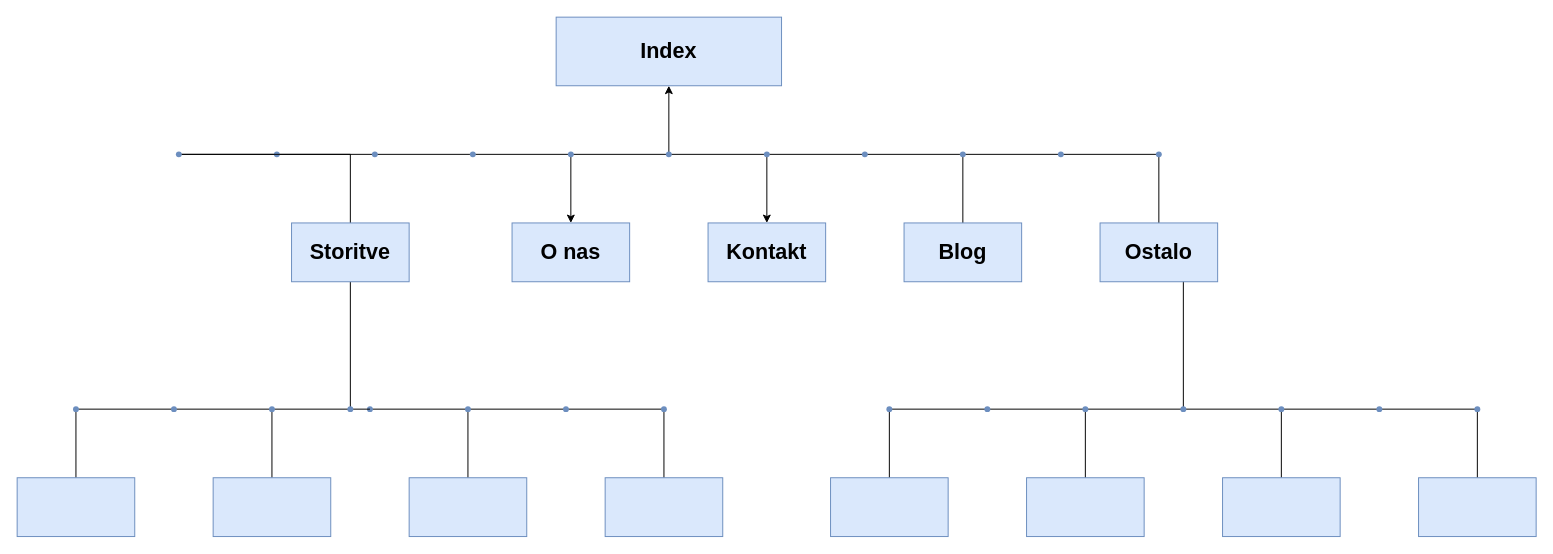
Earlier version of the draw.io diagram Untitled Diagram.drawio (Cyborne0/Web-Haven). Source tidied: cells renumbered, new cells numbered last; positions are measured from the earlier drawing's top-left corner, leaving out a move shared by most shapes. Both pictures are drawn from the tidied source at 98%, with x=0, y=0 at pixel (17, 17).
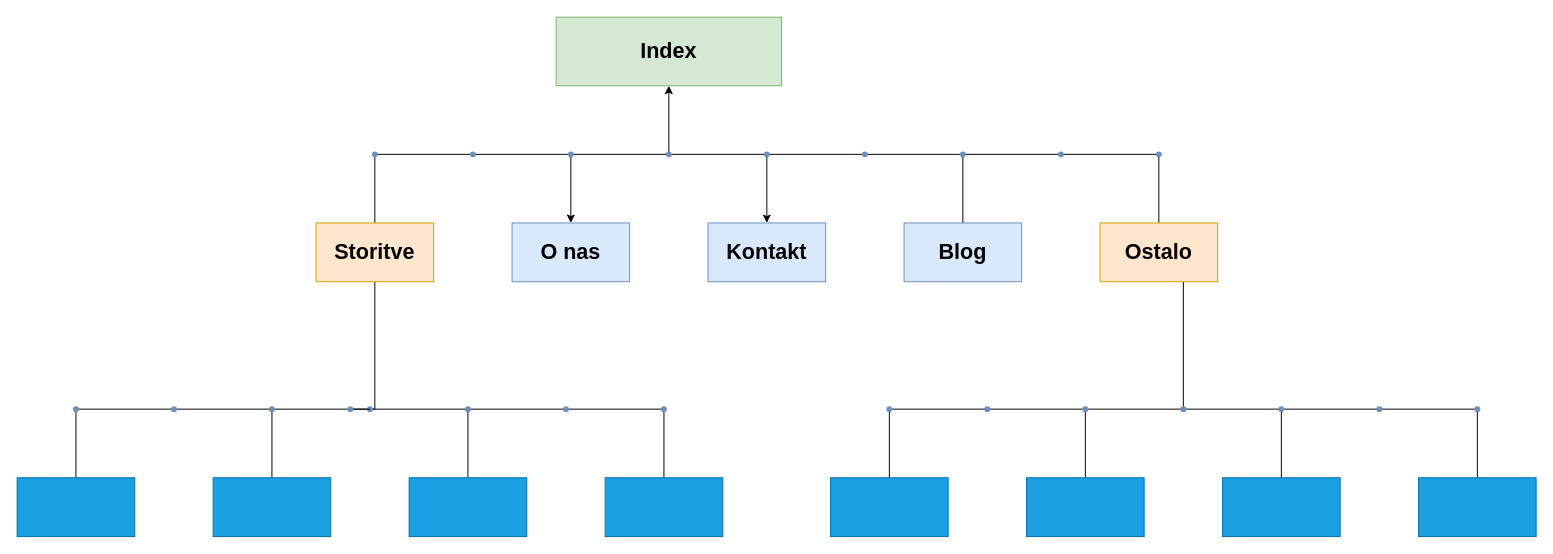
Above is the later version.

The change refers to these unchanged cells:
```xml
<mxCell id="24" style="shape=waypoint;sketch=0;size=6;points=[];fillColor=#dae8fc;perimeter=centerPerimeter;snapToPoint=1;fontSize=22;strokeColor=#6c8ebf;rounded=0;labelBackgroundColor=none;fontStyle=1;glass=0;shadow=0;" parent="1" vertex="1">
  <mxGeometry x="355" y="130" width="20" height="20" as="geometry" />
</mxCell>
<mxCell id="80" style="shape=waypoint;sketch=0;size=6;points=[];fillColor=#dae8fc;perimeter=centerPerimeter;snapToPoint=1;fontSize=22;strokeColor=#6c8ebf;rounded=0;labelBackgroundColor=none;fontStyle=1;glass=0;shadow=0;" parent="1" vertex="1">
  <mxGeometry x="330" y="390" width="20" height="20" as="geometry" />
</mxCell>
```

The edit, as a diff of the source:
```diff
@@
-    <mxCell id="3" value="Index" style="rounded=0;whiteSpace=wrap;html=1;fontSize=22;labelBackgroundColor=none;fillColor=#dae8fc;strokeColor=#6c8ebf;fontStyle=1;glass=0;shadow=0;" parent="1" vertex="1">
+    <mxCell id="3" value="Index" style="rounded=0;whiteSpace=wrap;html=1;fontSize=22;labelBackgroundColor=none;fillColor=#d5e8d4;strokeColor=#82b366;fontStyle=1;glass=0;shadow=0;" parent="1" vertex="1">
       <mxGeometry x="550" width="230" height="70" as="geometry" />
     </mxCell>
@@
-    <mxCell id="23" style="edgeStyle=orthogonalEdgeStyle;rounded=0;jettySize=auto;html=1;strokeColor=default;align=center;verticalAlign=middle;fontFamily=Helvetica;fontSize=11;fontColor=default;labelBackgroundColor=default;endArrow=none;endFill=0;" parent="1" edge="1" source="24" target="30">
-      <mxGeometry relative="1" as="geometry" />
-    </mxCell>
+    <mxCell id="81" style="edgeStyle=orthogonalEdgeStyle;rounded=0;jettySize=auto;html=1;strokeColor=default;align=center;verticalAlign=middle;fontFamily=Helvetica;fontSize=11;fontColor=default;labelBackgroundColor=default;endArrow=none;endFill=0;" parent="1" edge="1" source="24" target="34">
+      <mxGeometry relative="1" as="geometry" />
+    </mxCell>
@@
-    <mxCell id="29" style="edgeStyle=orthogonalEdgeStyle;rounded=0;jettySize=auto;html=1;strokeColor=default;align=center;verticalAlign=middle;fontFamily=Helvetica;fontSize=11;fontColor=default;labelBackgroundColor=default;endArrow=none;endFill=0;" parent="1" edge="1" source="30" target="32">
-      <mxGeometry relative="1" as="geometry" />
-    </mxCell>
-    <mxCell id="30" style="shape=waypoint;sketch=0;size=6;points=[];fillColor=#dae8fc;perimeter=centerPerimeter;snapToPoint=1;fontSize=22;strokeColor=#6c8ebf;rounded=0;labelBackgroundColor=none;fontStyle=1;glass=0;shadow=0;" parent="1" vertex="1">
-      <mxGeometry x="255" y="130" width="20" height="20" as="geometry" />
-    </mxCell>
-    <mxCell id="31" style="edgeStyle=orthogonalEdgeStyle;rounded=0;jettySize=auto;html=1;strokeColor=default;align=center;verticalAlign=middle;fontFamily=Helvetica;fontSize=11;fontColor=default;labelBackgroundColor=default;endArrow=none;endFill=0;" parent="1" edge="1" source="32" target="34">
-      <mxGeometry relative="1" as="geometry" />
-    </mxCell>
-    <mxCell id="32" style="shape=waypoint;sketch=0;size=6;points=[];fillColor=#dae8fc;perimeter=centerPerimeter;snapToPoint=1;fontSize=22;strokeColor=#6c8ebf;rounded=0;labelBackgroundColor=none;fontStyle=1;glass=0;shadow=0;" parent="1" vertex="1">
-      <mxGeometry x="155" y="130" width="20" height="20" as="geometry" />
-    </mxCell>
     <mxCell id="33" style="edgeStyle=orthogonalEdgeStyle;rounded=0;jettySize=auto;html=1;strokeColor=default;align=center;verticalAlign=middle;fontFamily=Helvetica;fontSize=11;fontColor=default;labelBackgroundColor=default;endArrow=none;endFill=0;" parent="1" edge="1" source="34" target="80">
-      <mxGeometry relative="1" as="geometry" />
+      <mxGeometry relative="1" as="geometry">
+        <Array as="points">
+          <mxPoint x="365" y="400" />
+        </Array>
+      </mxGeometry>
     </mxCell>
-    <mxCell id="34" value="Storitve" style="whiteSpace=wrap;html=1;fontSize=22;fillColor=#dae8fc;strokeColor=#6c8ebf;sketch=0;rounded=0;labelBackgroundColor=none;fontStyle=1;glass=0;shadow=0;" parent="1" vertex="1">
-      <mxGeometry x="280" y="210" width="120" height="60" as="geometry" />
+    <mxCell id="34" value="Storitve" style="whiteSpace=wrap;html=1;fontSize=22;fillColor=#ffe6cc;strokeColor=#d79b00;sketch=0;rounded=0;labelBackgroundColor=none;fontStyle=1;glass=0;shadow=0;" parent="1" vertex="1">
+      <mxGeometry x="305" y="210" width="120" height="60" as="geometry" />
     </mxCell>
@@
-    <mxCell id="36" value="Ostalo" style="whiteSpace=wrap;html=1;fontSize=22;fillColor=#dae8fc;strokeColor=#6c8ebf;sketch=0;rounded=0;labelBackgroundColor=none;fontStyle=1;glass=0;shadow=0;" parent="1" vertex="1">
+    <mxCell id="36" value="Ostalo" style="whiteSpace=wrap;html=1;fontSize=22;fillColor=#ffe6cc;strokeColor=#d79b00;sketch=0;rounded=0;labelBackgroundColor=none;fontStyle=1;glass=0;shadow=0;" parent="1" vertex="1">
       <mxGeometry x="1105" y="210" width="120" height="60" as="geometry" />
     </mxCell>
@@
-    <mxCell id="46" style="whiteSpace=wrap;html=1;fontSize=22;fillColor=#dae8fc;strokeColor=#6c8ebf;sketch=0;rounded=0;labelBackgroundColor=none;fontStyle=1;glass=0;shadow=0;" parent="1" vertex="1">
+    <mxCell id="46" style="whiteSpace=wrap;html=1;fontSize=22;fillColor=#1ba1e2;strokeColor=#006EAF;sketch=0;rounded=0;labelBackgroundColor=none;fontStyle=1;glass=0;shadow=0;fontColor=#ffffff;" parent="1" vertex="1">
       <mxGeometry x="400" y="470" width="120" height="60" as="geometry" />
     </mxCell>
-    <mxCell id="47" style="whiteSpace=wrap;html=1;fontSize=22;fillColor=#dae8fc;strokeColor=#6c8ebf;sketch=0;rounded=0;labelBackgroundColor=none;fontStyle=1;glass=0;shadow=0;" parent="1" vertex="1">
+    <mxCell id="47" style="whiteSpace=wrap;html=1;fontSize=22;fillColor=#1ba1e2;strokeColor=#006EAF;sketch=0;rounded=0;labelBackgroundColor=none;fontStyle=1;glass=0;shadow=0;fontColor=#ffffff;" parent="1" vertex="1">
       <mxGeometry x="200" y="470" width="120" height="60" as="geometry" />
     </mxCell>
@@
-    <mxCell id="54" style="whiteSpace=wrap;html=1;fontSize=22;fillColor=#dae8fc;strokeColor=#6c8ebf;sketch=0;rounded=0;labelBackgroundColor=none;fontStyle=1;glass=0;shadow=0;" parent="1" vertex="1">
+    <mxCell id="54" style="whiteSpace=wrap;html=1;fontSize=22;fillColor=#1ba1e2;strokeColor=#006EAF;sketch=0;rounded=0;labelBackgroundColor=none;fontStyle=1;glass=0;shadow=0;fontColor=#ffffff;" parent="1" vertex="1">
       <mxGeometry y="470" width="120" height="60" as="geometry" />
     </mxCell>
@@
-    <mxCell id="57" style="whiteSpace=wrap;html=1;fontSize=22;fillColor=#dae8fc;strokeColor=#6c8ebf;sketch=0;rounded=0;labelBackgroundColor=none;fontStyle=1;glass=0;shadow=0;" parent="1" vertex="1">
+    <mxCell id="57" style="whiteSpace=wrap;html=1;fontSize=22;fillColor=#1ba1e2;strokeColor=#006EAF;sketch=0;rounded=0;labelBackgroundColor=none;fontStyle=1;glass=0;shadow=0;fontColor=#ffffff;" parent="1" vertex="1">
       <mxGeometry x="600" y="470" width="120" height="60" as="geometry" />
     </mxCell>
@@
-    <mxCell id="64" style="whiteSpace=wrap;html=1;fontSize=22;fillColor=#dae8fc;strokeColor=#6c8ebf;sketch=0;rounded=0;labelBackgroundColor=none;fontStyle=1;glass=0;shadow=0;" parent="1" vertex="1">
+    <mxCell id="64" style="whiteSpace=wrap;html=1;fontSize=22;fillColor=#1ba1e2;strokeColor=#006EAF;sketch=0;rounded=0;labelBackgroundColor=none;fontStyle=1;glass=0;shadow=0;fontColor=#ffffff;" parent="1" vertex="1">
       <mxGeometry x="1030" y="470" width="120" height="60" as="geometry" />
     </mxCell>
@@
-    <mxCell id="68" style="whiteSpace=wrap;html=1;fontSize=22;fillColor=#dae8fc;strokeColor=#6c8ebf;sketch=0;rounded=0;labelBackgroundColor=none;fontStyle=1;glass=0;shadow=0;" parent="1" vertex="1">
+    <mxCell id="68" style="whiteSpace=wrap;html=1;fontSize=22;fillColor=#1ba1e2;strokeColor=#006EAF;sketch=0;rounded=0;labelBackgroundColor=none;fontStyle=1;glass=0;shadow=0;fontColor=#ffffff;" parent="1" vertex="1">
       <mxGeometry x="1230" y="470" width="120" height="60" as="geometry" />
     </mxCell>
@@
-    <mxCell id="73" style="whiteSpace=wrap;html=1;fontSize=22;fillColor=#dae8fc;strokeColor=#6c8ebf;sketch=0;rounded=0;labelBackgroundColor=none;fontStyle=1;glass=0;shadow=0;" parent="1" vertex="1">
+    <mxCell id="73" style="whiteSpace=wrap;html=1;fontSize=22;fillColor=#1ba1e2;strokeColor=#006EAF;sketch=0;rounded=0;labelBackgroundColor=none;fontStyle=1;glass=0;shadow=0;fontColor=#ffffff;" parent="1" vertex="1">
       <mxGeometry x="830" y="470" width="120" height="60" as="geometry" />
     </mxCell>
@@
-    <mxCell id="78" style="whiteSpace=wrap;html=1;fontSize=22;fillColor=#dae8fc;strokeColor=#6c8ebf;sketch=0;rounded=0;labelBackgroundColor=none;fontStyle=1;glass=0;shadow=0;" parent="1" vertex="1">
+    <mxCell id="78" style="whiteSpace=wrap;html=1;fontSize=22;fillColor=#1ba1e2;strokeColor=#006EAF;sketch=0;rounded=0;labelBackgroundColor=none;fontStyle=1;glass=0;shadow=0;fontColor=#ffffff;" parent="1" vertex="1">
       <mxGeometry x="1430" y="470" width="120" height="60" as="geometry" />
     </mxCell>
```
